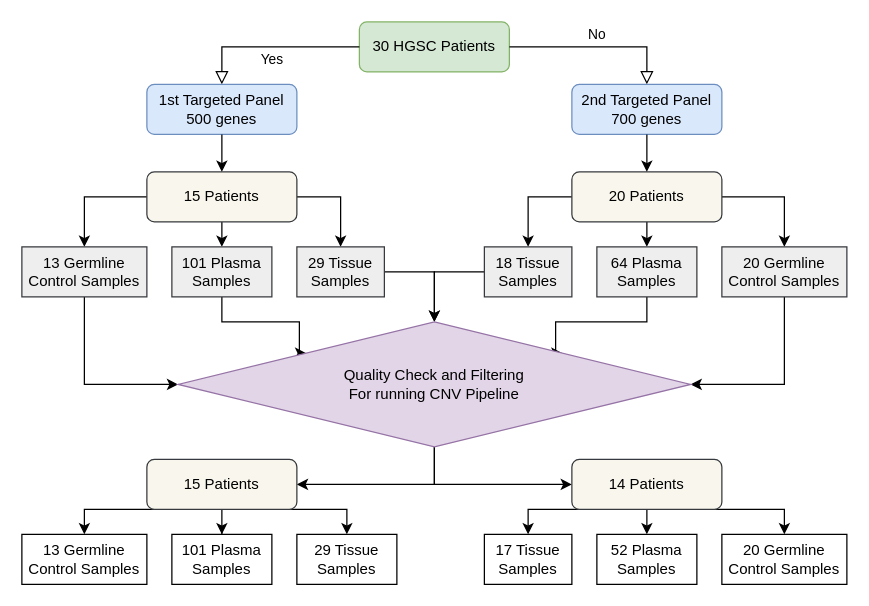
The draw.io diagram Cohort.drawio in maitnnguyen/CNVpipeline4ctDNA, before the edit. Source tidied: cells renumbered, new cells numbered last; positions are measured from the earlier drawing's top-left corner, leaving out a move shared by most shapes. Both pictures are drawn from the tidied source at 125%, with x=0, y=0 at pixel (21, 21).
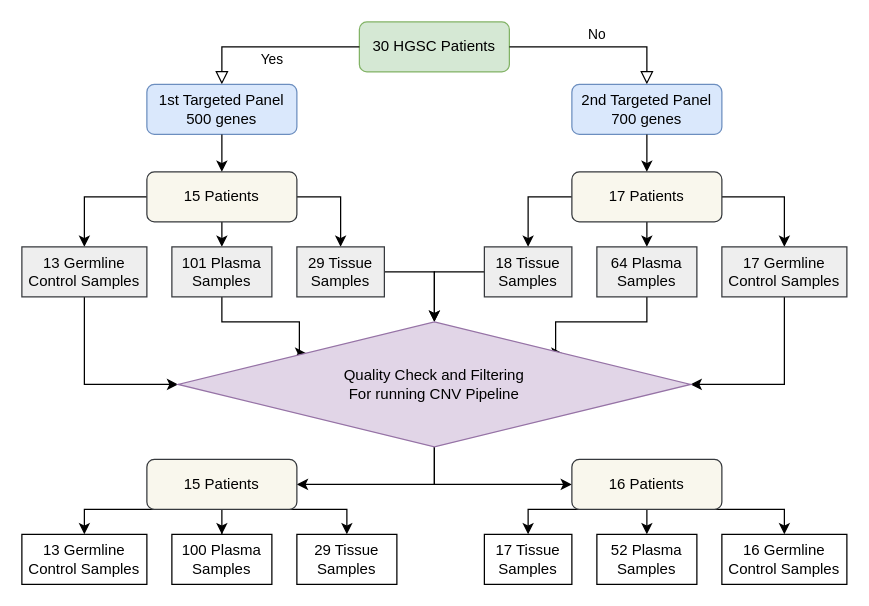
After the change.

The edit, as a diff of the source:
```diff
@@
-    <mxCell id="14" value="20 Patients" style="rounded=1;whiteSpace=wrap;html=1;fontSize=12;glass=0;strokeWidth=1;shadow=0;fillColor=#f9f7ed;strokeColor=#36393d;" parent="1" vertex="1">
+    <mxCell id="14" value="17 Patients" style="rounded=1;whiteSpace=wrap;html=1;fontSize=12;glass=0;strokeWidth=1;shadow=0;fillColor=#f9f7ed;strokeColor=#36393d;" parent="1" vertex="1">
       <mxGeometry x="440" y="120" width="120" height="40" as="geometry" />
     </mxCell>
@@
-    <mxCell id="24" value="20 Germline Control Samples" style="rounded=0;whiteSpace=wrap;html=1;fillColor=#eeeeee;strokeColor=#36393d;" parent="1" vertex="1">
+    <mxCell id="24" value="17 Germline Control Samples" style="rounded=0;whiteSpace=wrap;html=1;fillColor=#eeeeee;strokeColor=#36393d;" parent="1" vertex="1">
       <mxGeometry x="560" y="180" width="100" height="40" as="geometry" />
     </mxCell>
@@
-    <mxCell id="39" value="14 Patients" style="rounded=1;whiteSpace=wrap;html=1;fontSize=12;glass=0;strokeWidth=1;shadow=0;fillColor=#f9f7ed;strokeColor=#36393d;" parent="1" vertex="1">
+    <mxCell id="39" value="16 Patients" style="rounded=1;whiteSpace=wrap;html=1;fontSize=12;glass=0;strokeWidth=1;shadow=0;fillColor=#f9f7ed;strokeColor=#36393d;" parent="1" vertex="1">
       <mxGeometry x="440" y="350" width="120" height="40" as="geometry" />
     </mxCell>
@@
-    <mxCell id="41" value="101 Plasma Samples" style="rounded=0;whiteSpace=wrap;html=1;" parent="1" vertex="1">
+    <mxCell id="41" value="100 Plasma Samples" style="rounded=0;whiteSpace=wrap;html=1;" parent="1" vertex="1">
       <mxGeometry x="120" y="410" width="80" height="40" as="geometry" />
     </mxCell>
@@
-    <mxCell id="43" value="20 Germline Control Samples" style="rounded=0;whiteSpace=wrap;html=1;" parent="1" vertex="1">
+    <mxCell id="43" value="16 Germline Control Samples" style="rounded=0;whiteSpace=wrap;html=1;" parent="1" vertex="1">
       <mxGeometry x="560" y="410" width="100" height="40" as="geometry" />
     </mxCell>
```
